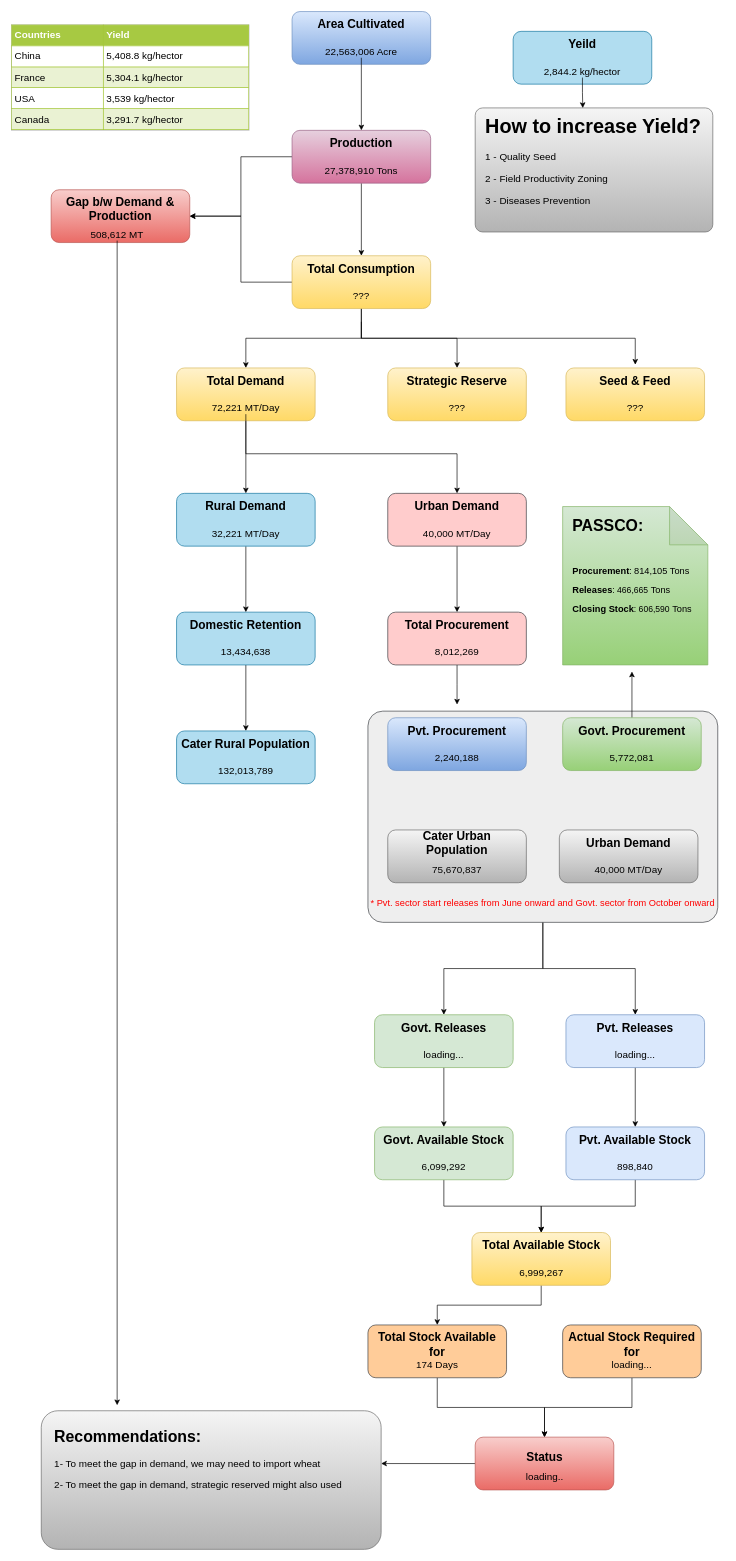
Before: flowchart.drawio in MNFSR/drawio, a draw.io diagram. Source tidied: cells renumbered, new cells numbered last; positions are measured from the earlier drawing's top-left corner, leaving out a move shared by most shapes. Both pictures are drawn from the tidied source at 66%, with x=0, y=0 at pixel (11, 11).
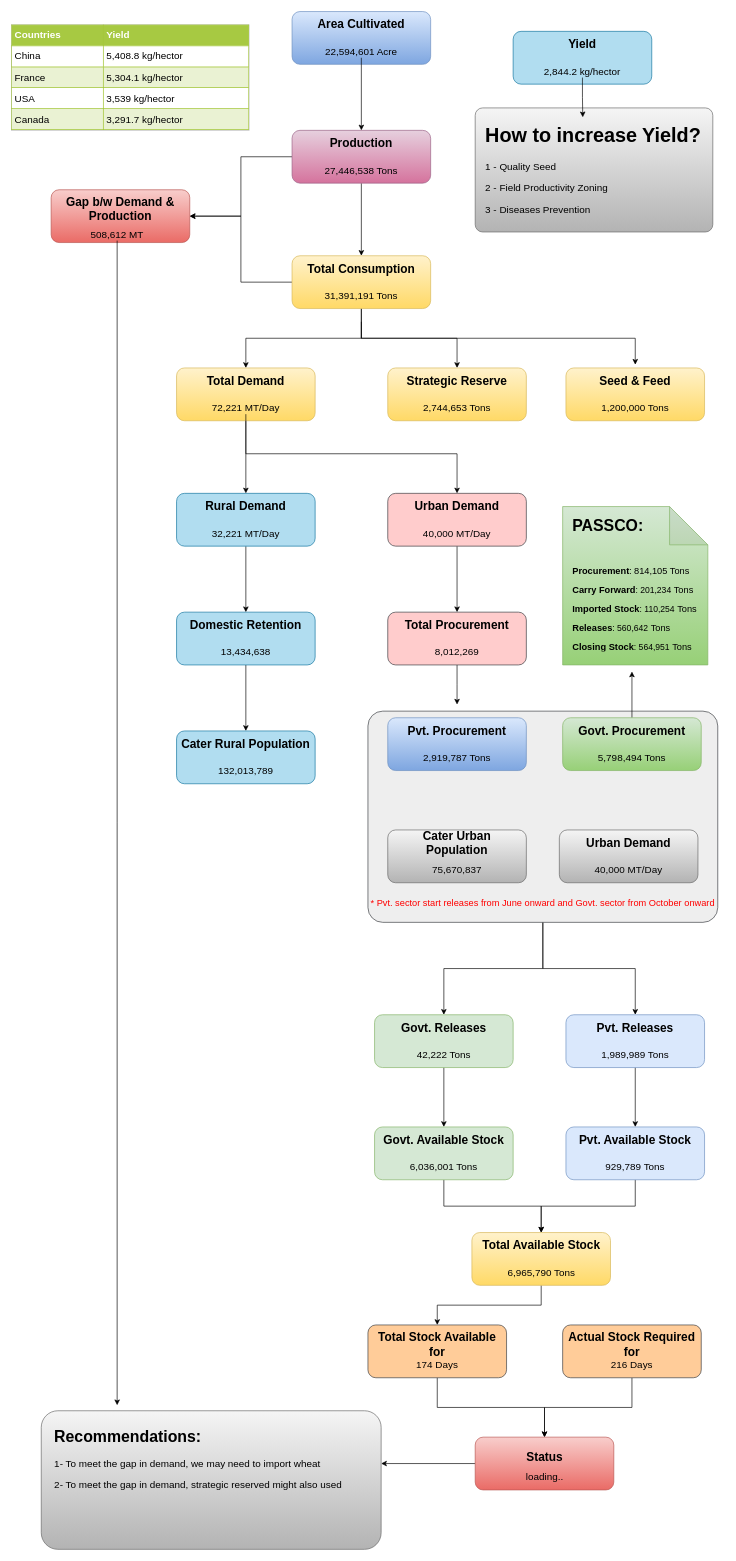
The same page after the edit.

Change to the diagram source:
```diff
@@
-    <mxCell id="8" value="&lt;font style=&quot;font-size: 15px&quot;&gt;22,563,006 Acre&lt;/font&gt;" style="text;html=1;strokeColor=none;fillColor=none;align=center;verticalAlign=middle;whiteSpace=wrap;rounded=0;" parent="1" vertex="1">
+    <mxCell id="8" value="&lt;font style=&quot;font-size: 15px&quot;&gt;22,594,601 Acre&lt;/font&gt;" style="text;html=1;strokeColor=none;fillColor=none;align=center;verticalAlign=middle;whiteSpace=wrap;rounded=0;" parent="1" vertex="1">
       <mxGeometry x="435" y="50" width="190" height="20" as="geometry" />
     </mxCell>
@@
-    <mxCell id="13" value="&lt;font style=&quot;font-size: 15px&quot;&gt;27,378,910 Tons&lt;/font&gt;" style="text;html=1;strokeColor=none;fillColor=none;align=center;verticalAlign=middle;whiteSpace=wrap;rounded=0;" parent="1" vertex="1">
+    <mxCell id="13" value="&lt;font style=&quot;font-size: 15px&quot;&gt;27,446,538 Tons&lt;/font&gt;" style="text;html=1;strokeColor=none;fillColor=none;align=center;verticalAlign=middle;whiteSpace=wrap;rounded=0;" parent="1" vertex="1">
       <mxGeometry x="435" y="230" width="190" height="20" as="geometry" />
     </mxCell>
@@
-    <mxCell id="20" value="&lt;font style=&quot;font-size: 15px&quot;&gt;???&lt;/font&gt;" style="text;html=1;strokeColor=none;fillColor=none;align=center;verticalAlign=middle;whiteSpace=wrap;rounded=0;" parent="1" vertex="1">
+    <mxCell id="20" value="&lt;span style=&quot;font-size: 15px&quot;&gt;31,391,191 Tons&lt;/span&gt;" style="text;html=1;strokeColor=none;fillColor=none;align=center;verticalAlign=middle;whiteSpace=wrap;rounded=0;" parent="1" vertex="1">
       <mxGeometry x="435" y="420" width="190" height="20" as="geometry" />
     </mxCell>
@@
-    <mxCell id="30" value="&lt;font style=&quot;font-size: 15px&quot;&gt;???&lt;/font&gt;" style="text;html=1;strokeColor=none;fillColor=none;align=center;verticalAlign=middle;whiteSpace=wrap;rounded=0;" parent="1" vertex="1">
+    <mxCell id="30" value="&lt;font style=&quot;font-size: 15px&quot;&gt;2,744,653 Tons&lt;/font&gt;" style="text;html=1;strokeColor=none;fillColor=none;align=center;verticalAlign=middle;whiteSpace=wrap;rounded=0;" parent="1" vertex="1">
       <mxGeometry x="580" y="590" width="190" height="20" as="geometry" />
     </mxCell>
@@
-    <mxCell id="33" value="&lt;font style=&quot;font-size: 15px&quot;&gt;???&lt;/font&gt;" style="text;html=1;strokeColor=none;fillColor=none;align=center;verticalAlign=middle;whiteSpace=wrap;rounded=0;" parent="1" vertex="1">
+    <mxCell id="33" value="&lt;font style=&quot;font-size: 15px&quot;&gt;1,200,000 Tons&lt;/font&gt;" style="text;html=1;strokeColor=none;fillColor=none;align=center;verticalAlign=middle;whiteSpace=wrap;rounded=0;" parent="1" vertex="1">
       <mxGeometry x="850" y="590" width="190" height="20" as="geometry" />
     </mxCell>
@@
-    <mxCell id="56" value="&lt;span style=&quot;font-size: 15px&quot;&gt;5,772,081&lt;/span&gt;" style="text;html=1;strokeColor=none;fillColor=none;align=center;verticalAlign=middle;whiteSpace=wrap;rounded=0;" parent="1" vertex="1">
+    <mxCell id="56" value="&lt;span style=&quot;font-size: 15px&quot;&gt;5,798,494 Tons&lt;/span&gt;" style="text;html=1;strokeColor=none;fillColor=none;align=center;verticalAlign=middle;whiteSpace=wrap;rounded=0;" parent="1" vertex="1">
       <mxGeometry x="845" y="1120" width="190" height="20" as="geometry" />
     </mxCell>
@@
-    <mxCell id="59" value="&lt;span style=&quot;font-size: 15px&quot;&gt;2,240,188&lt;/span&gt;" style="text;html=1;strokeColor=none;fillColor=none;align=center;verticalAlign=middle;whiteSpace=wrap;rounded=0;" parent="1" vertex="1">
+    <mxCell id="59" value="&lt;span style=&quot;font-size: 15px&quot;&gt;2,919,787 Tons&lt;/span&gt;" style="text;html=1;strokeColor=none;fillColor=none;align=center;verticalAlign=middle;whiteSpace=wrap;rounded=0;" parent="1" vertex="1">
       <mxGeometry x="580" y="1120" width="190" height="20" as="geometry" />
     </mxCell>
@@
-    <mxCell id="70" value="&lt;font style=&quot;font-size: 15px&quot;&gt;loading...&lt;/font&gt;" style="text;html=1;strokeColor=none;fillColor=none;align=center;verticalAlign=middle;whiteSpace=wrap;rounded=0;" parent="1" vertex="1">
+    <mxCell id="70" value="&lt;font style=&quot;font-size: 15px&quot;&gt;42,222 Tons&lt;/font&gt;" style="text;html=1;strokeColor=none;fillColor=none;align=center;verticalAlign=middle;whiteSpace=wrap;rounded=0;" parent="1" vertex="1">
       <mxGeometry x="560" y="1570" width="190" height="20" as="geometry" />
     </mxCell>
@@
-    <mxCell id="74" value="&lt;font style=&quot;font-size: 15px&quot;&gt;loading...&lt;/font&gt;" style="text;html=1;strokeColor=none;fillColor=none;align=center;verticalAlign=middle;whiteSpace=wrap;rounded=0;" parent="1" vertex="1">
+    <mxCell id="74" value="&lt;span style=&quot;font-size: 15px&quot;&gt;1,989,989 Tons&lt;/span&gt;" style="text;html=1;strokeColor=none;fillColor=none;align=center;verticalAlign=middle;whiteSpace=wrap;rounded=0;" parent="1" vertex="1">
       <mxGeometry x="850" y="1570" width="190" height="20" as="geometry" />
     </mxCell>
@@
-    <mxCell id="78" value="&lt;font style=&quot;font-size: 15px&quot;&gt;6,099,292&lt;/font&gt;" style="text;html=1;strokeColor=none;fillColor=none;align=center;verticalAlign=middle;whiteSpace=wrap;rounded=0;" parent="1" vertex="1">
+    <mxCell id="78" value="&lt;span style=&quot;font-size: 15px&quot;&gt;6,036,001 Tons&lt;/span&gt;" style="text;html=1;strokeColor=none;fillColor=none;align=center;verticalAlign=middle;whiteSpace=wrap;rounded=0;" parent="1" vertex="1">
       <mxGeometry x="560" y="1740" width="190" height="20" as="geometry" />
     </mxCell>
@@
-    <mxCell id="82" value="&lt;font style=&quot;font-size: 15px&quot;&gt;898,840&lt;/font&gt;" style="text;html=1;strokeColor=none;fillColor=none;align=center;verticalAlign=middle;whiteSpace=wrap;rounded=0;" parent="1" vertex="1">
+    <mxCell id="82" value="&lt;font style=&quot;font-size: 15px&quot;&gt;929,789 Tons&lt;/font&gt;" style="text;html=1;strokeColor=none;fillColor=none;align=center;verticalAlign=middle;whiteSpace=wrap;rounded=0;" parent="1" vertex="1">
       <mxGeometry x="850" y="1740" width="190" height="20" as="geometry" />
     </mxCell>
@@
-    <mxCell id="86" value="&lt;font style=&quot;font-size: 15px&quot;&gt;6,999,267&lt;/font&gt;" style="text;html=1;strokeColor=none;fillColor=none;align=center;verticalAlign=middle;whiteSpace=wrap;rounded=0;" parent="1" vertex="1">
+    <mxCell id="86" value="&lt;font style=&quot;font-size: 15px&quot;&gt;6,965,790 Tons&lt;/font&gt;" style="text;html=1;strokeColor=none;fillColor=none;align=center;verticalAlign=middle;whiteSpace=wrap;rounded=0;" parent="1" vertex="1">
       <mxGeometry x="707.5" y="1900" width="190" height="20" as="geometry" />
     </mxCell>
@@
-    <mxCell id="94" value="&lt;font style=&quot;font-size: 15px&quot;&gt;loading...&lt;/font&gt;" style="text;html=1;strokeColor=none;fillColor=none;align=center;verticalAlign=middle;whiteSpace=wrap;rounded=0;" parent="1" vertex="1">
+    <mxCell id="94" value="&lt;font style=&quot;font-size: 15px&quot;&gt;216 Days&lt;/font&gt;" style="text;html=1;strokeColor=none;fillColor=none;align=center;verticalAlign=middle;whiteSpace=wrap;rounded=0;" parent="1" vertex="1">
       <mxGeometry x="845" y="2040" width="190" height="20" as="geometry" />
     </mxCell>
@@
-    <mxCell id="102" value="&lt;h1&gt;PASSCO:&lt;/h1&gt;&lt;p&gt;&lt;font style=&quot;font-size: 14px&quot;&gt;&lt;b&gt;&lt;br&gt;&lt;/b&gt;&lt;/font&gt;&lt;/p&gt;&lt;p&gt;&lt;font style=&quot;font-size: 14px&quot;&gt;&lt;b&gt;Procurement&lt;/b&gt;&lt;/font&gt;&lt;span style=&quot;font-size: 13px&quot;&gt;: &lt;/span&gt;&lt;font style=&quot;font-size: 14px&quot;&gt;814,105 Tons&lt;/font&gt;&lt;/p&gt;&lt;p&gt;&lt;font style=&quot;font-size: 14px&quot;&gt;&lt;b&gt;Releases&lt;/b&gt;&lt;span style=&quot;font-size: 13px&quot;&gt;: 466,665&lt;/span&gt;&amp;nbsp;Tons&lt;br&gt;&lt;/font&gt;&lt;/p&gt;&lt;p&gt;&lt;font style=&quot;font-size: 14px&quot;&gt;&lt;b&gt;Closing Stock&lt;/b&gt;&lt;span style=&quot;font-size: 13px&quot;&gt;: 606,590&lt;/span&gt;&amp;nbsp;Tons&lt;br&gt;&lt;/font&gt;&lt;/p&gt;" style="text;html=1;strokeColor=none;fillColor=none;spacing=5;spacingTop=-20;whiteSpace=wrap;overflow=hidden;rounded=0;" parent="1" vertex="1">
+    <mxCell id="102" value="&lt;h1&gt;PASSCO:&lt;/h1&gt;&lt;p&gt;&lt;font style=&quot;font-size: 14px&quot;&gt;&lt;b&gt;&lt;br&gt;&lt;/b&gt;&lt;/font&gt;&lt;/p&gt;&lt;p&gt;&lt;font style=&quot;font-size: 14px&quot;&gt;&lt;b&gt;Procurement&lt;/b&gt;&lt;/font&gt;&lt;span style=&quot;font-size: 13px&quot;&gt;: &lt;/span&gt;&lt;font style=&quot;font-size: 14px&quot;&gt;814,105 Tons&lt;/font&gt;&lt;/p&gt;&lt;p&gt;&lt;font&gt;&lt;span style=&quot;font-size: 14px&quot;&gt;&lt;b&gt;Carry Forward&lt;/b&gt;&lt;/span&gt;&lt;span style=&quot;font-size: 13px&quot;&gt;: 201,234&lt;/span&gt;&lt;span style=&quot;font-size: 14px&quot;&gt;&amp;nbsp;Tons&lt;/span&gt;&lt;/font&gt;&lt;/p&gt;&lt;p&gt;&lt;font&gt;&lt;span style=&quot;font-size: 14px&quot;&gt;&lt;b&gt;Imported Stock&lt;/b&gt;&lt;/span&gt;&lt;span style=&quot;font-size: 13px&quot;&gt;: 110,254&lt;/span&gt;&lt;span style=&quot;font-size: 14px&quot;&gt;&amp;nbsp;Tons&lt;/span&gt;&lt;span style=&quot;font-size: 14px&quot;&gt;&lt;br&gt;&lt;/span&gt;&lt;/font&gt;&lt;/p&gt;&lt;p&gt;&lt;font style=&quot;font-size: 14px&quot;&gt;&lt;b&gt;Releases&lt;/b&gt;&lt;span style=&quot;font-size: 13px&quot;&gt;: 560,642&lt;/span&gt;&amp;nbsp;Tons&lt;br&gt;&lt;/font&gt;&lt;/p&gt;&lt;p&gt;&lt;font style=&quot;font-size: 14px&quot;&gt;&lt;b&gt;Closing Stock&lt;/b&gt;&lt;span style=&quot;font-size: 13px&quot;&gt;: 564,951&lt;/span&gt;&amp;nbsp;Tons&lt;br&gt;&lt;/font&gt;&lt;/p&gt;" style="text;html=1;strokeColor=none;fillColor=none;spacing=5;spacingTop=-20;whiteSpace=wrap;overflow=hidden;rounded=0;" parent="1" vertex="1">
       <mxGeometry x="845" y="760" width="205" height="210" as="geometry" />
     </mxCell>
@@
     <mxCell id="106" value="&lt;h1&gt;How to increase Yield?&lt;/h1&gt;&lt;p&gt;1 - Quality Seed&lt;/p&gt;&lt;p&gt;2 - Field Productivity Zoning&lt;/p&gt;&lt;p&gt;3 - Diseases Prevention&amp;nbsp;&lt;/p&gt;" style="text;html=1;strokeColor=none;fillColor=none;spacing=5;spacingTop=-20;whiteSpace=wrap;overflow=hidden;rounded=0;fontSize=15;" parent="1" vertex="1">
-      <mxGeometry x="712.5" y="146" width="340" height="180" as="geometry" />
+      <mxGeometry x="712.5" y="160" width="340" height="166" as="geometry" />
     </mxCell>
@@
-    <mxCell id="108" value="&lt;font size=&quot;1&quot;&gt;&lt;b style=&quot;font-size: 18px&quot;&gt;Yeild&lt;/b&gt;&lt;/font&gt;" style="text;html=1;strokeColor=none;fillColor=none;align=center;verticalAlign=middle;whiteSpace=wrap;rounded=0;" parent="1" vertex="1">
+    <mxCell id="108" value="&lt;font size=&quot;1&quot;&gt;&lt;b style=&quot;font-size: 18px&quot;&gt;Yield&lt;/b&gt;&lt;/font&gt;" style="text;html=1;strokeColor=none;fillColor=none;align=center;verticalAlign=middle;whiteSpace=wrap;rounded=0;" parent="1" vertex="1">
       <mxGeometry x="770" y="40" width="190" height="20" as="geometry" />
     </mxCell>
```
